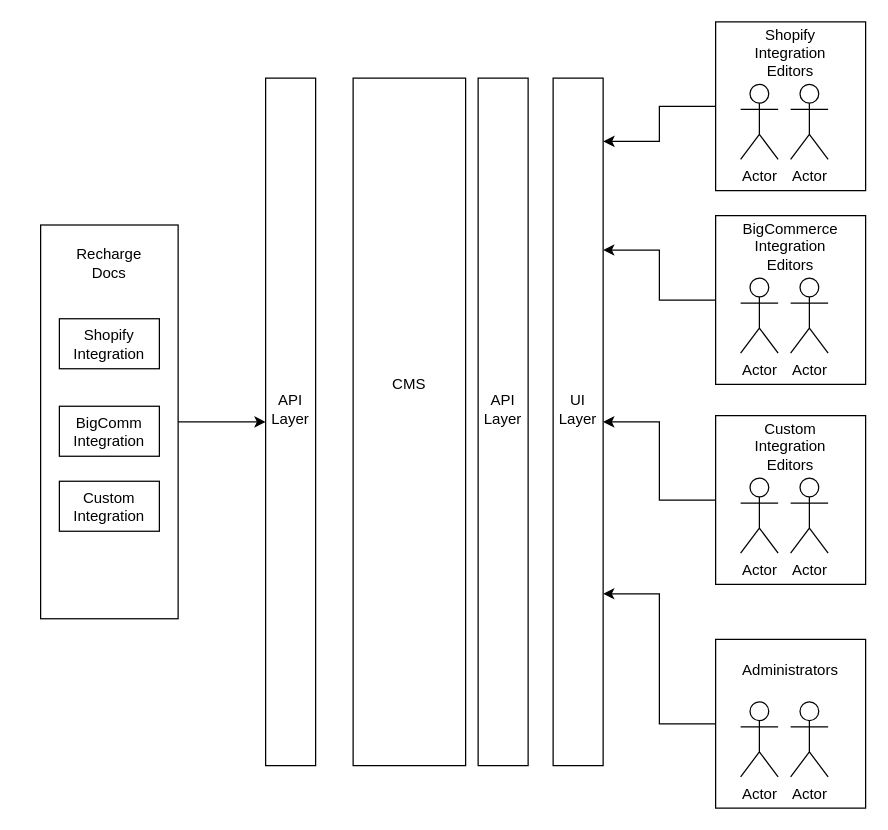
Before: RechargeDocumentation/Recharge documentation overview.drawio in alexrsunrise/diagrams, a draw.io diagram. Source tidied: cells renumbered, new cells numbered last; positions are measured from the earlier drawing's top-left corner, leaving out a move shared by most shapes. Both pictures are drawn from the tidied source at 125%, with x=0, y=0 at pixel (40, 21).
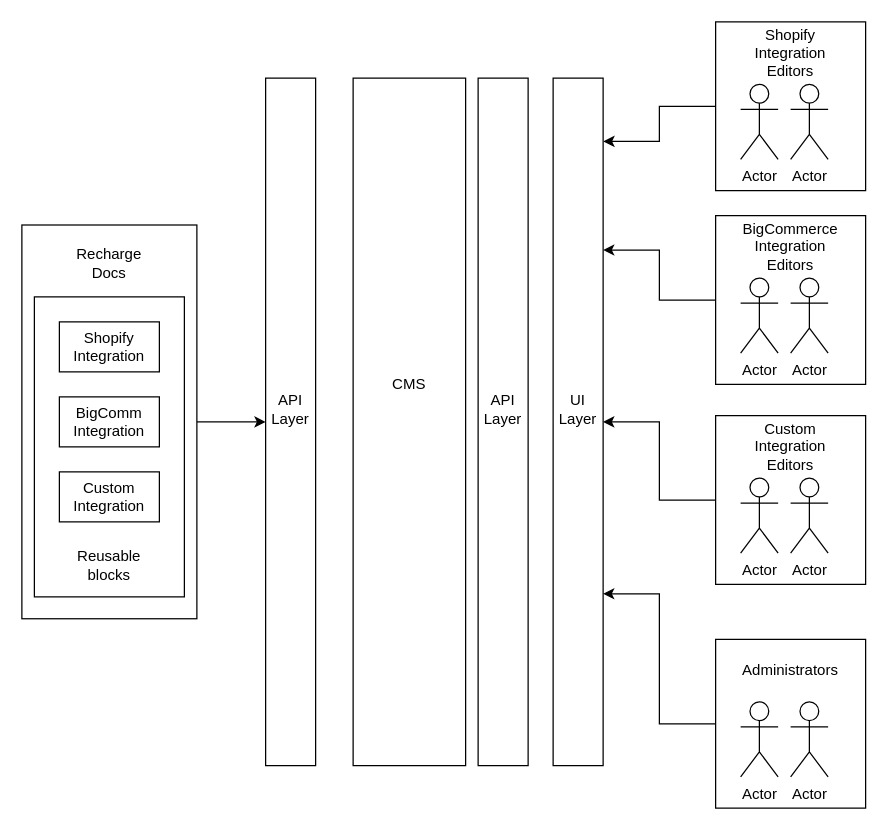
The same diagram, later.

Change to the diagram source:
```diff
@@
     <mxCell id="16" style="rounded=0;whiteSpace=wrap;html=1;" parent="1" vertex="1">
-      <mxGeometry y="162.5" width="110" height="315" as="geometry" />
+      <mxGeometry x="-15" y="162.5" width="140" height="315" as="geometry" />
     </mxCell>
@@
-    <mxCell id="33" style="rounded=0;whiteSpace=wrap;html=1;" parent="1" vertex="1">
-      <mxGeometry x="15" y="237.5" width="80" height="40" as="geometry" />
-    </mxCell>
+    <mxCell id="39" style="rounded=0;whiteSpace=wrap;html=1;" parent="1" vertex="1">
+      <mxGeometry x="-5" y="220" width="120" height="240" as="geometry" />
+    </mxCell>
+    <mxCell id="40" value="Reusable blocks" style="text;html=1;strokeColor=none;fillColor=none;align=center;verticalAlign=middle;whiteSpace=wrap;rounded=0;" parent="1" vertex="1">
+      <mxGeometry x="25" y="420" width="60" height="30" as="geometry" />
+    </mxCell>
+    <mxCell id="41" style="rounded=0;whiteSpace=wrap;html=1;" parent="1" vertex="1">
+      <mxGeometry x="15" y="360" width="80" height="40" as="geometry" />
+    </mxCell>
+    <mxCell id="36" value="Custom&lt;br&gt;Integration" style="text;html=1;strokeColor=none;fillColor=none;align=center;verticalAlign=middle;whiteSpace=wrap;rounded=0;" parent="1" vertex="1">
+      <mxGeometry x="25" y="365" width="60" height="30" as="geometry" />
+    </mxCell>
+    <mxCell id="42" style="rounded=0;whiteSpace=wrap;html=1;" parent="1" vertex="1">
+      <mxGeometry x="15" y="300" width="80" height="40" as="geometry" />
+    </mxCell>
+    <mxCell id="38" value="BigComm&lt;br&gt;Integration" style="text;html=1;strokeColor=none;fillColor=none;align=center;verticalAlign=middle;whiteSpace=wrap;rounded=0;" parent="1" vertex="1">
+      <mxGeometry x="25" y="305" width="60" height="30" as="geometry" />
+    </mxCell>
+    <mxCell id="43" style="rounded=0;whiteSpace=wrap;html=1;" parent="1" vertex="1">
+      <mxGeometry x="15" y="240" width="80" height="40" as="geometry" />
+    </mxCell>
     <mxCell id="34" value="Shopify Integration" style="text;html=1;strokeColor=none;fillColor=none;align=center;verticalAlign=middle;whiteSpace=wrap;rounded=0;" parent="1" vertex="1">
-      <mxGeometry x="25" y="242.5" width="60" height="30" as="geometry" />
+      <mxGeometry x="25" y="245" width="60" height="30" as="geometry" />
     </mxCell>
-    <mxCell id="35" style="rounded=0;whiteSpace=wrap;html=1;" parent="1" vertex="1">
-      <mxGeometry x="15" y="367.5" width="80" height="40" as="geometry" />
-    </mxCell>
-    <mxCell id="36" value="Custom&lt;br&gt;Integration" style="text;html=1;strokeColor=none;fillColor=none;align=center;verticalAlign=middle;whiteSpace=wrap;rounded=0;" parent="1" vertex="1">
-      <mxGeometry x="25" y="372.5" width="60" height="30" as="geometry" />
-    </mxCell>
-    <mxCell id="37" style="rounded=0;whiteSpace=wrap;html=1;" parent="1" vertex="1">
-      <mxGeometry x="15" y="307.5" width="80" height="40" as="geometry" />
-    </mxCell>
-    <mxCell id="38" value="BigComm&lt;br&gt;Integration" style="text;html=1;strokeColor=none;fillColor=none;align=center;verticalAlign=middle;whiteSpace=wrap;rounded=0;" parent="1" vertex="1">
-      <mxGeometry x="25" y="312.5" width="60" height="30" as="geometry" />
-    </mxCell>
```
